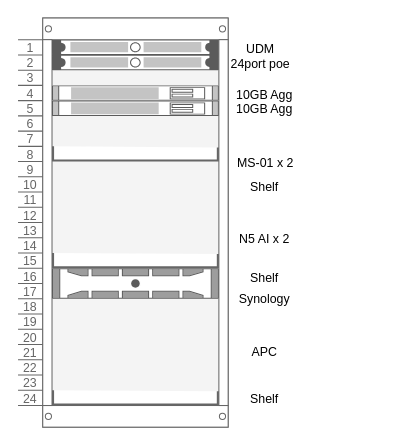
Before: page "Page-2" (2 of 2) of brxtnorg Diagram.drawio in phincanes/Diagrams, a draw.io diagram. Source tidied: cells renumbered, new cells numbered last; positions are measured from the earlier drawing's top-left corner, leaving out a move shared by most shapes. Both pictures are drawn from the tidied source at 103%, with x=0, y=0 at pixel (18, 18).
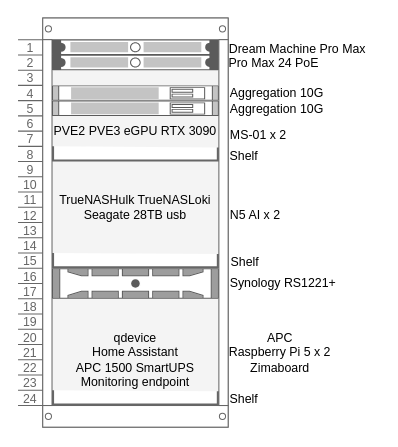
The same diagram, later.

The change refers to these unchanged cells:
```xml
<mxCell id="2" style="strokeColor=#666666;html=1;verticalLabelPosition=bottom;labelBackgroundColor=#ffffff;verticalAlign=top;shadow=0;dashed=0;shape=mxgraph.rackGeneral.rackCabinet3;rackUnitSize=14.8;fillColor2=#f4f4f4;allowGaps=1;textColor=#666666;numDisp=ascend;" parent="1" vertex="1">
  <mxGeometry width="204" height="399" as="geometry" />
</mxCell>
```

Diff of the diagram source:
```diff
@@
+    <mxCell id="22" value="PVE2 PVE3 eGPU RTX 3090" style="text;html=1;whiteSpace=wrap;strokeColor=none;fillColor=none;align=center;verticalAlign=middle;rounded=0;" parent="2" vertex="1">
+      <mxGeometry x="33" y="95" width="162" height="29.6" as="geometry" />
+    </mxCell>
@@
+    <mxCell id="23" value="TrueNASHulk TrueNASLoki Seagate 28TB usb" style="text;html=1;whiteSpace=wrap;strokeColor=none;fillColor=none;align=center;verticalAlign=middle;rounded=0;" parent="2" vertex="1">
+      <mxGeometry x="33" y="169" width="162" height="29.6" as="geometry" />
+    </mxCell>
@@
+    <mxCell id="24" value="qdevice &lt;br&gt;Home Assistant&lt;br&gt;APC 1500 SmartUPS&lt;br&gt;Monitoring endpoint" style="text;html=1;whiteSpace=wrap;strokeColor=none;fillColor=none;align=center;verticalAlign=middle;rounded=0;" parent="2" vertex="1">
+      <mxGeometry x="33" y="317" width="162" height="29.6" as="geometry" />
+    </mxCell>
@@
-    <mxCell id="11" value="APC" style="text;html=1;align=center;verticalAlign=middle;strokeColor=none;fillColor=none;" parent="1" vertex="1">
-      <mxGeometry x="214" y="310" width="50" height="30" as="geometry" />
+    <mxCell id="11" value="APC&lt;br&gt;Raspberry Pi 5 x 2&lt;br&gt;Zimaboard" style="text;html=1;align=center;verticalAlign=middle;strokeColor=none;fillColor=none;" parent="1" vertex="1">
+      <mxGeometry x="194" y="295" width="120" height="60" as="geometry" />
     </mxCell>
-    <mxCell id="12" value="Synology" style="text;html=1;align=center;verticalAlign=middle;strokeColor=none;fillColor=none;" parent="1" vertex="1">
-      <mxGeometry x="204" y="258" width="70" height="30" as="geometry" />
+    <mxCell id="12" value="Synology RS1221+" style="text;html=1;align=center;verticalAlign=middle;strokeColor=none;fillColor=none;" parent="1" vertex="1">
+      <mxGeometry x="192" y="243" width="130" height="30" as="geometry" />
     </mxCell>
     <mxCell id="13" value="Shelf" style="text;html=1;align=center;verticalAlign=middle;strokeColor=none;fillColor=none;" parent="1" vertex="1">
-      <mxGeometry x="214" y="355" width="50" height="30" as="geometry" />
+      <mxGeometry x="194" y="355" width="50" height="30" as="geometry" />
     </mxCell>
     <mxCell id="14" value="Shelf" style="text;html=1;align=center;verticalAlign=middle;strokeColor=none;fillColor=none;" parent="1" vertex="1">
-      <mxGeometry x="214" y="238" width="50" height="30" as="geometry" />
+      <mxGeometry x="195" y="222" width="50" height="30" as="geometry" />
     </mxCell>
     <mxCell id="15" value="MS-01 x 2" style="text;html=1;align=center;verticalAlign=middle;strokeColor=none;fillColor=none;" parent="1" vertex="1">
-      <mxGeometry x="200" y="126" width="80" height="30" as="geometry" />
+      <mxGeometry x="193" y="99" width="80" height="30" as="geometry" />
     </mxCell>
-    <mxCell id="16" value="10GB Agg" style="text;html=1;align=center;verticalAlign=middle;strokeColor=none;fillColor=none;" parent="1" vertex="1">
-      <mxGeometry x="199" y="74" width="80" height="30" as="geometry" />
+    <mxCell id="16" value="Aggregation 10G" style="text;html=1;align=center;verticalAlign=middle;strokeColor=none;fillColor=none;" parent="1" vertex="1">
+      <mxGeometry x="196" y="74" width="110" height="30" as="geometry" />
     </mxCell>
-    <mxCell id="17" value="10GB Agg" style="text;html=1;align=center;verticalAlign=middle;strokeColor=none;fillColor=none;" parent="1" vertex="1">
-      <mxGeometry x="199" y="60" width="80" height="30" as="geometry" />
+    <mxCell id="17" value="Aggregation 10G" style="text;html=1;align=center;verticalAlign=middle;strokeColor=none;fillColor=none;" parent="1" vertex="1">
+      <mxGeometry x="196" y="58" width="110" height="30" as="geometry" />
     </mxCell>
-    <mxCell id="18" value="24port poe" style="text;html=1;align=center;verticalAlign=middle;strokeColor=none;fillColor=none;" parent="1" vertex="1">
-      <mxGeometry x="195" y="30" width="80" height="30" as="geometry" />
+    <mxCell id="18" value="Pro Max 24 PoE" style="text;html=1;align=center;verticalAlign=middle;strokeColor=none;fillColor=none;" parent="1" vertex="1">
+      <mxGeometry x="193" y="29" width="110" height="30" as="geometry" />
     </mxCell>
-    <mxCell id="19" value="UDM" style="text;html=1;align=center;verticalAlign=middle;strokeColor=none;fillColor=none;" parent="1" vertex="1">
-      <mxGeometry x="210" y="15" width="50" height="30" as="geometry" />
+    <mxCell id="19" value="Dream Machine Pro Max" style="text;html=1;align=center;verticalAlign=middle;strokeColor=none;fillColor=none;" parent="1" vertex="1">
+      <mxGeometry x="191" y="15" width="160" height="30" as="geometry" />
     </mxCell>
     <mxCell id="20" value="N5 AI x 2" style="text;html=1;align=center;verticalAlign=middle;strokeColor=none;fillColor=none;" parent="1" vertex="1">
-      <mxGeometry x="204" y="200" width="70" height="30" as="geometry" />
+      <mxGeometry x="195" y="177" width="70" height="30" as="geometry" />
     </mxCell>
     <mxCell id="21" value="Shelf" style="text;html=1;align=center;verticalAlign=middle;strokeColor=none;fillColor=none;" parent="1" vertex="1">
-      <mxGeometry x="214" y="149" width="50" height="30" as="geometry" />
+      <mxGeometry x="194" y="119" width="50" height="30" as="geometry" />
     </mxCell>
```
